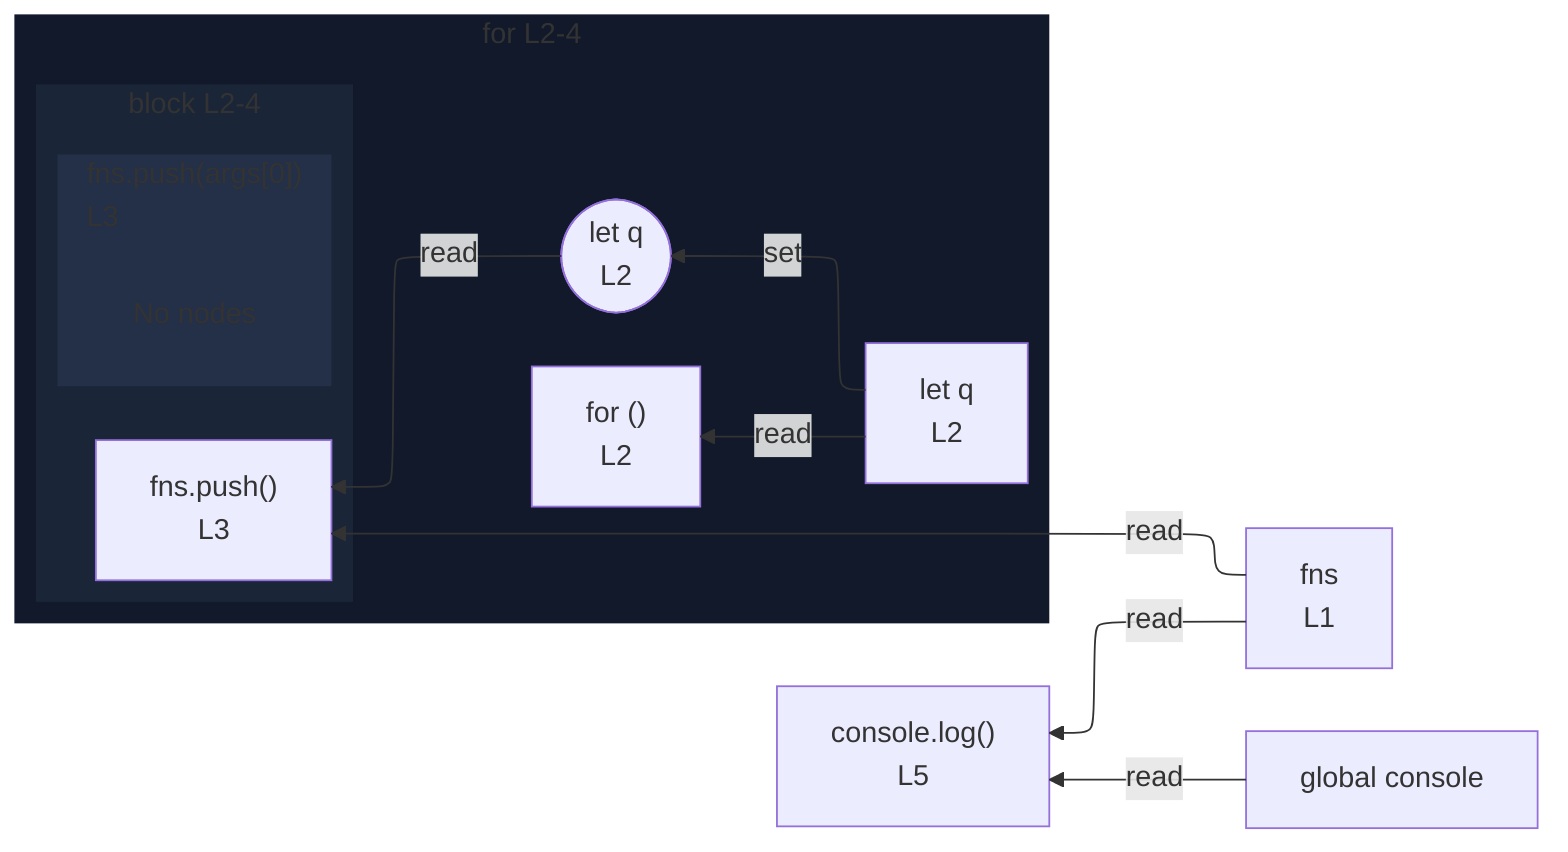
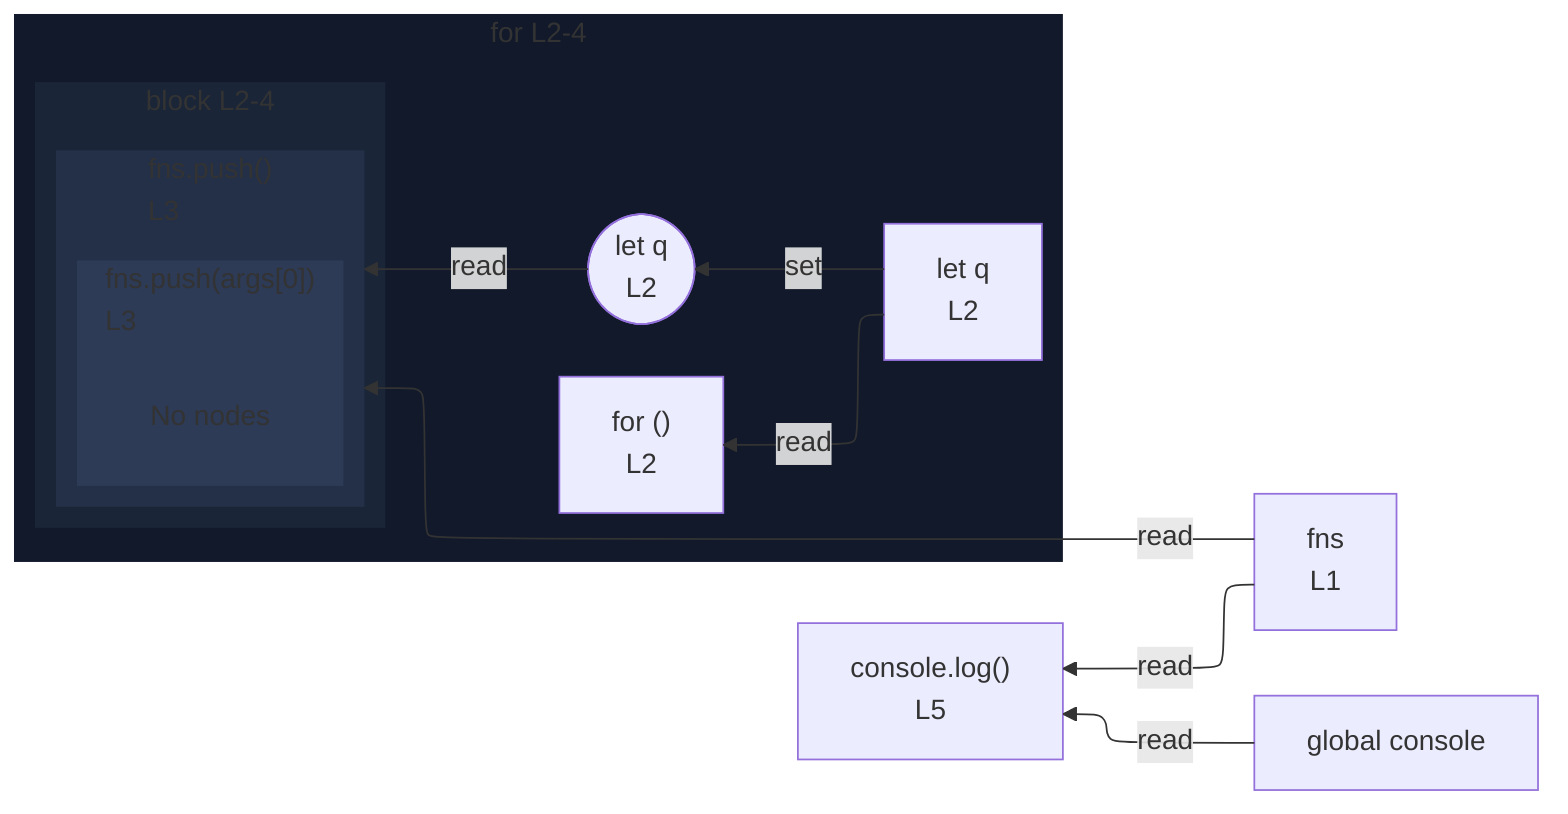
%%{init: {"flowchart": {"defaultRenderer": "elk"}}}%%
flowchart RL
  n_scope_0_fns_6["fns<br/>L1"]
  n_scope_0_console_87["global console"]
  subgraph s_scope_1["for L2-4"]
    direction RL
    for_test_scope_0_34["for ()<br/>L2"]
    n_scope_1_q_43["let q<br/>L2"]
    wr_ref_3(["let q<br/>L2"])
    subgraph s_scope_2["block L2-4"]
      direction RL
-       expr_stmt_66["fns.push()<br/>L3"]
-       subgraph s_scope_3["fns.push(args[0])<br/>L3"]
+       subgraph expr_stmt_66["fns.push()<br/>L3"]
        direction RL
-         elk_empty_s_scope_3["No nodes"]
+         subgraph s_scope_3["fns.push(args[0])<br/>L3"]
+           direction RL
+           elk_empty_s_scope_3["No nodes"]
+         end
      end
    end
  end
  n_scope_1_q_43 -->|set| wr_ref_3
  n_scope_1_q_43 -->|read| for_test_scope_0_34
  n_scope_0_fns_6 -->|read| expr_stmt_66
  wr_ref_3 -->|read| expr_stmt_66
  n_scope_0_console_87 -->|read| expr_stmt_87
  n_scope_0_fns_6 -->|read| expr_stmt_87
  expr_stmt_87["console.log()<br/>L5"]
  classDef nestL1 fill:#11192a,stroke:transparent;
  class s_scope_1 nestL1;
  classDef nestL2 fill:#1a2538,stroke:transparent;
  class s_scope_2 nestL2;
  classDef nestL3 fill:#243047,stroke:transparent;
-   class s_scope_3 nestL3;
+   class expr_stmt_66 nestL3;
+   classDef nestL4 fill:#2d3b57,stroke:transparent;
+   class s_scope_3 nestL4;
  classDef elkEmptyPlaceholder fill:transparent,stroke:transparent;
  class elk_empty_s_scope_3 elkEmptyPlaceholder;
